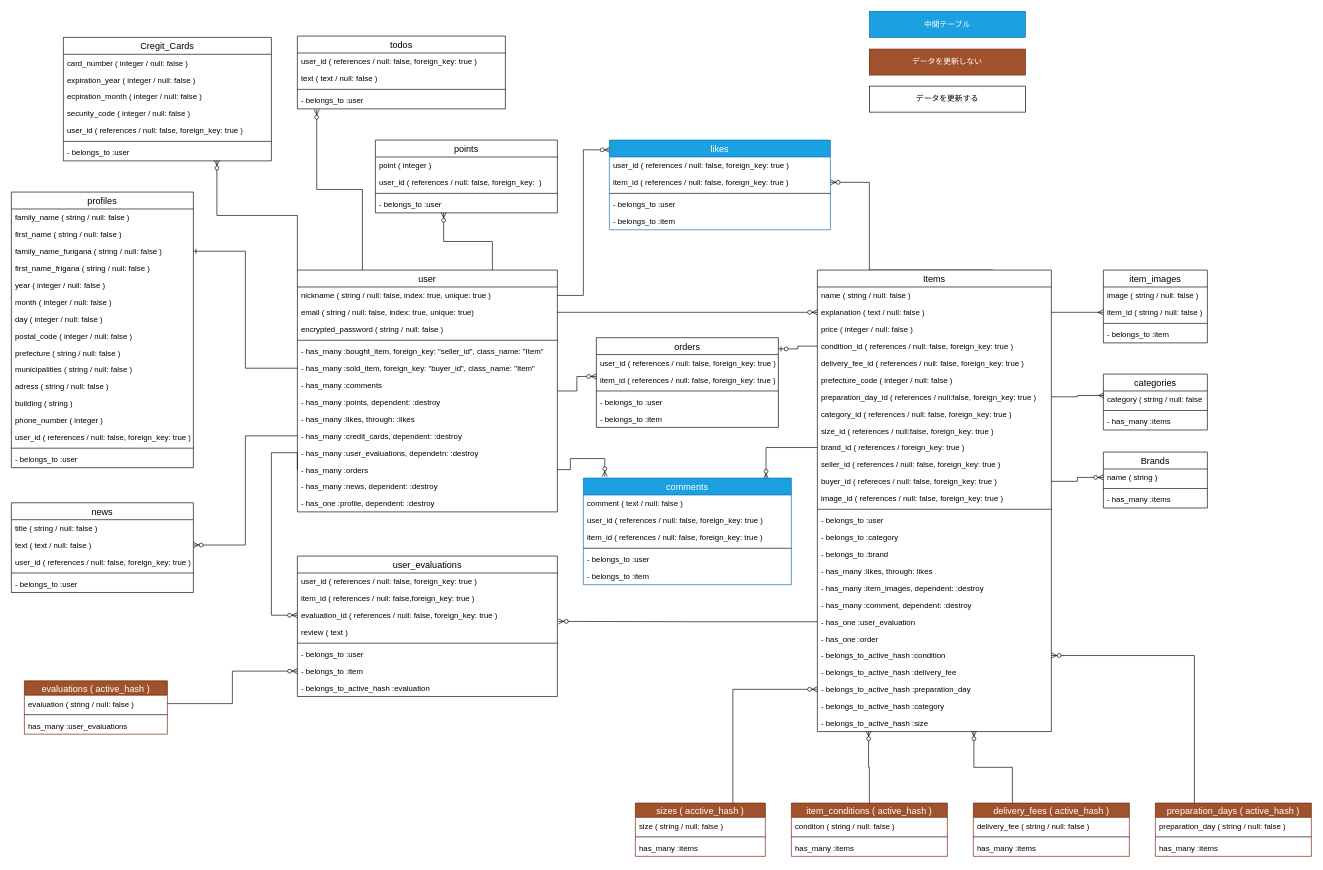
Above: ER.drawio in yuktnk/fleamarket_sample_80g (draw.io), before the change. Source tidied: cells renumbered, new cells numbered last; positions are measured from the earlier drawing's top-left corner, leaving out a move shared by most shapes. Both pictures are drawn from the tidied source at 65%, with x=0, y=0 at pixel (11, 11).
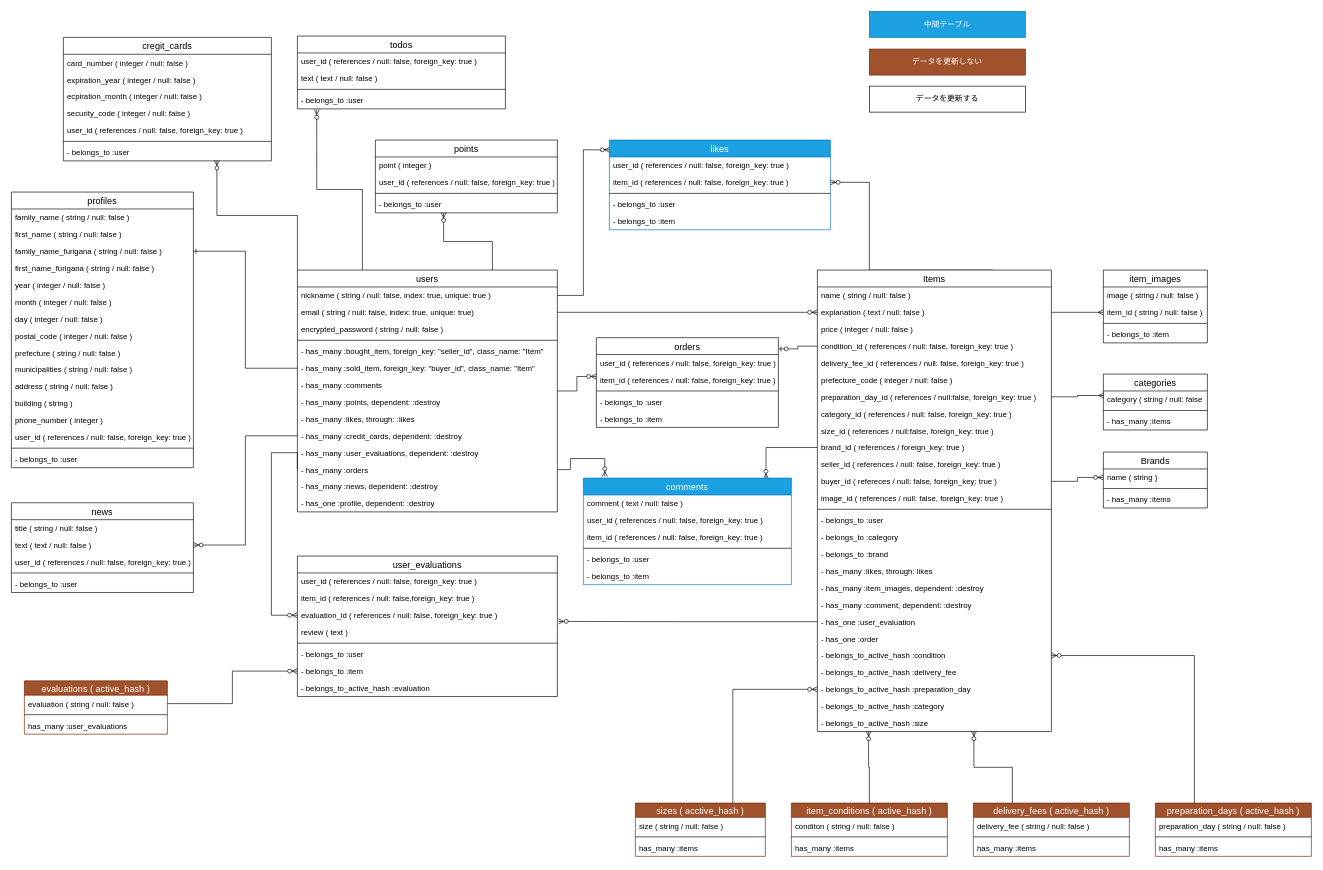
The same diagram, later.

The change refers to these unchanged cells:
```xml
<mxCell id="34" value="points" style="swimlane;fontStyle=0;horizontal=1;startSize=26;align=center;fontSize=14;" parent="1" vertex="1">
  <mxGeometry x="560" y="198" width="280" height="112" as="geometry" />
</mxCell>
<mxCell id="58" value="profiles" style="swimlane;fontStyle=0;horizontal=1;startSize=26;align=center;fontSize=14;" parent="1" vertex="1">
  <mxGeometry y="278" width="280" height="424" as="geometry" />
</mxCell>
```

What changed in the source:
```diff
@@
-    <mxCell id="19" value="user" style="swimlane;fontStyle=0;horizontal=1;startSize=26;align=center;fontSize=14;" parent="1" vertex="1">
+    <mxCell id="19" value="users" style="swimlane;fontStyle=0;horizontal=1;startSize=26;align=center;fontSize=14;" parent="1" vertex="1">
       <mxGeometry x="440" y="398" width="400" height="372" as="geometry" />
     </mxCell>
@@
-    <mxCell id="30" value="- has_many :user_evaluations, dependetn: :destroy" style="text;strokeColor=none;fillColor=none;spacingLeft=4;spacingRight=4;overflow=hidden;fontSize=12;" parent="19" vertex="1">
+    <mxCell id="30" value="- has_many :user_evaluations, dependent: :destroy" style="text;strokeColor=none;fillColor=none;spacingLeft=4;spacingRight=4;overflow=hidden;fontSize=12;" parent="19" vertex="1">
       <mxGeometry y="268" width="400" height="26" as="geometry" />
     </mxCell>
@@
-    <mxCell id="36" value="user_id ( references / null: false, foreign_key:  )" style="text;strokeColor=none;fillColor=none;spacingLeft=4;spacingRight=4;overflow=hidden;fontSize=12;" parent="34" vertex="1">
+    <mxCell id="36" value="user_id ( references / null: false, foreign_key: true )" style="text;strokeColor=none;fillColor=none;spacingLeft=4;spacingRight=4;overflow=hidden;fontSize=12;" parent="34" vertex="1">
       <mxGeometry y="52" width="280" height="26" as="geometry" />
     </mxCell>
@@
-    <mxCell id="44" value="Cregit_Cards" style="swimlane;fontStyle=0;horizontal=1;startSize=26;align=center;fontSize=14;" parent="1" vertex="1">
+    <mxCell id="44" value="cregit_cards" style="swimlane;fontStyle=0;horizontal=1;startSize=26;align=center;fontSize=14;" parent="1" vertex="1">
       <mxGeometry x="80" y="40" width="320" height="190" as="geometry" />
     </mxCell>
@@
-    <mxCell id="62" value="first_name_frigana ( string / null: false )" style="text;strokeColor=none;fillColor=none;spacingLeft=4;spacingRight=4;overflow=hidden;fontSize=12;" parent="58" vertex="1">
+    <mxCell id="62" value="first_name_furigana ( string / null: false )" style="text;strokeColor=none;fillColor=none;spacingLeft=4;spacingRight=4;overflow=hidden;fontSize=12;" parent="58" vertex="1">
       <mxGeometry y="104" width="280" height="26" as="geometry" />
     </mxCell>
@@
-    <mxCell id="69" value="adress ( string / null: false )" style="text;strokeColor=none;fillColor=none;spacingLeft=4;spacingRight=4;overflow=hidden;fontSize=12;" parent="58" vertex="1">
+    <mxCell id="69" value="address ( string / null: false )" style="text;strokeColor=none;fillColor=none;spacingLeft=4;spacingRight=4;overflow=hidden;fontSize=12;" parent="58" vertex="1">
       <mxGeometry y="286" width="280" height="26" as="geometry" />
     </mxCell>
```
